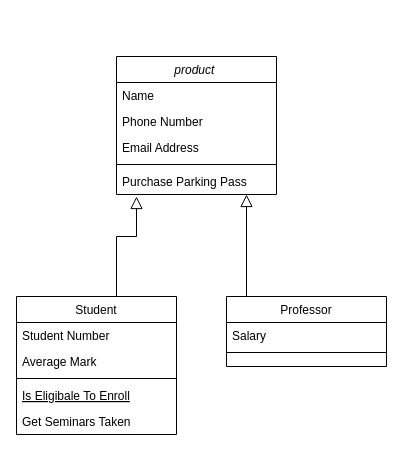
Above: Diagram_resell.drawio in smallandprecious/doyouwantget (draw.io), before the change. Source tidied: cells renumbered, new cells numbered last; positions are measured from the earlier drawing's top-left corner, leaving out a move shared by most shapes. Both pictures are drawn from the tidied source at 100%, with x=0, y=0 at pixel (16, 56).
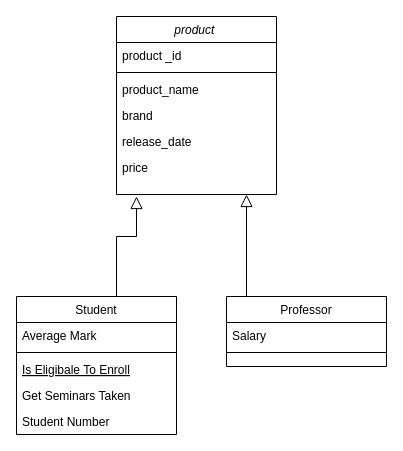
The same diagram, later.

Unchanged cells that the change refers to:
```xml
<mxCell id="8" value="Student" style="swimlane;fontStyle=0;align=center;verticalAlign=top;horizontal=1;startSize=26;rounded=0;shadow=0;strokeWidth=1;" parent="1" vertex="1">
  <mxGeometry y="240" width="160" height="138" as="geometry" />
</mxCell>
```

What changed in the source:
```diff
@@
     <mxCell id="2" value="product " style="swimlane;fontStyle=2;align=center;verticalAlign=top;horizontal=1;startSize=26;rounded=0;shadow=0;strokeWidth=1;" parent="1" vertex="1">
-      <mxGeometry x="100" width="160" height="138" as="geometry" />
+      <mxGeometry x="100" y="-40" width="160" height="178" as="geometry" />
     </mxCell>
-    <mxCell id="3" value="Name" style="text;align=left;verticalAlign=top;spacingLeft=4;spacingRight=4;overflow=hidden;" parent="2" vertex="1">
+    <mxCell id="3" value="product _id" style="text;align=left;verticalAlign=top;spacingLeft=4;spacingRight=4;overflow=hidden;" parent="2" vertex="1">
       <mxGeometry y="26" width="160" height="26" as="geometry" />
     </mxCell>
+    <mxCell id="6" style="line;html=1;strokeWidth=1;align=left;verticalAlign=middle;spacingTop=-1;spacingLeft=3;spacingRight=3;labelPosition=right;" parent="2" vertex="1">
+      <mxGeometry y="52" width="160" height="8" as="geometry" />
+    </mxCell>
+    <mxCell id="5" value="product_name" style="text;align=left;verticalAlign=top;spacingLeft=4;spacingRight=4;overflow=hidden;rounded=0;shadow=0;html=0;" parent="2" vertex="1">
+      <mxGeometry y="60" width="160" height="26" as="geometry" />
+    </mxCell>
-    <mxCell id="4" value="Phone Number" style="text;align=left;verticalAlign=top;spacingLeft=4;spacingRight=4;overflow=hidden;rounded=0;shadow=0;html=0;" parent="2" vertex="1">
-      <mxGeometry y="52" width="160" height="26" as="geometry" />
+    <mxCell id="4" value="brand" style="text;align=left;verticalAlign=top;spacingLeft=4;spacingRight=4;overflow=hidden;rounded=0;shadow=0;html=0;" parent="2" vertex="1">
+      <mxGeometry y="86" width="160" height="26" as="geometry" />
     </mxCell>
-    <mxCell id="5" value="Email Address" style="text;align=left;verticalAlign=top;spacingLeft=4;spacingRight=4;overflow=hidden;rounded=0;shadow=0;html=0;" parent="2" vertex="1">
-      <mxGeometry y="78" width="160" height="26" as="geometry" />
-    </mxCell>
-    <mxCell id="6" style="line;html=1;strokeWidth=1;align=left;verticalAlign=middle;spacingTop=-1;spacingLeft=3;spacingRight=3;labelPosition=right;" parent="2" vertex="1">
-      <mxGeometry y="104" width="160" height="8" as="geometry" />
-    </mxCell>
-    <mxCell id="7" value="Purchase Parking Pass" style="text;align=left;verticalAlign=top;spacingLeft=4;spacingRight=4;overflow=hidden;" parent="2" vertex="1">
+    <mxCell id="7" value="release_date" style="text;align=left;verticalAlign=top;spacingLeft=4;spacingRight=4;overflow=hidden;" parent="2" vertex="1">
       <mxGeometry y="112" width="160" height="26" as="geometry" />
     </mxCell>
+    <mxCell id="19" value="price" style="text;align=left;verticalAlign=top;spacingLeft=4;spacingRight=4;overflow=hidden;" parent="2" vertex="1">
+      <mxGeometry y="138" width="160" height="26" as="geometry" />
+    </mxCell>
@@
-    <mxCell id="9" value="Student Number" style="text;align=left;verticalAlign=top;spacingLeft=4;spacingRight=4;overflow=hidden;" parent="8" vertex="1">
-      <mxGeometry y="26" width="160" height="26" as="geometry" />
-    </mxCell>
     <mxCell id="10" value="Average Mark" style="text;align=left;verticalAlign=top;spacingLeft=4;spacingRight=4;overflow=hidden;rounded=0;shadow=0;html=0;" parent="8" vertex="1">
-      <mxGeometry y="52" width="160" height="26" as="geometry" />
+      <mxGeometry y="26" width="160" height="26" as="geometry" />
     </mxCell>
     <mxCell id="11" style="line;html=1;strokeWidth=1;align=left;verticalAlign=middle;spacingTop=-1;spacingLeft=3;spacingRight=3;labelPosition=right;" parent="8" vertex="1">
-      <mxGeometry y="78" width="160" height="8" as="geometry" />
+      <mxGeometry y="52" width="160" height="8" as="geometry" />
     </mxCell>
     <mxCell id="12" value="Is Eligibale To Enroll" style="text;align=left;verticalAlign=top;spacingLeft=4;spacingRight=4;overflow=hidden;fontStyle=4;" parent="8" vertex="1">
-      <mxGeometry y="86" width="160" height="26" as="geometry" />
+      <mxGeometry y="60" width="160" height="26" as="geometry" />
     </mxCell>
     <mxCell id="13" value="Get Seminars Taken" style="text;align=left;verticalAlign=top;spacingLeft=4;spacingRight=4;overflow=hidden;" parent="8" vertex="1">
-      <mxGeometry y="112" width="160" height="26" as="geometry" />
+      <mxGeometry y="86" width="160" height="26" as="geometry" />
     </mxCell>
+    <mxCell id="9" value="Student Number" style="text;align=left;verticalAlign=top;spacingLeft=4;spacingRight=4;overflow=hidden;" parent="8" vertex="1">
+      <mxGeometry y="112" width="160" height="26" as="geometry" />
+    </mxCell>
```
